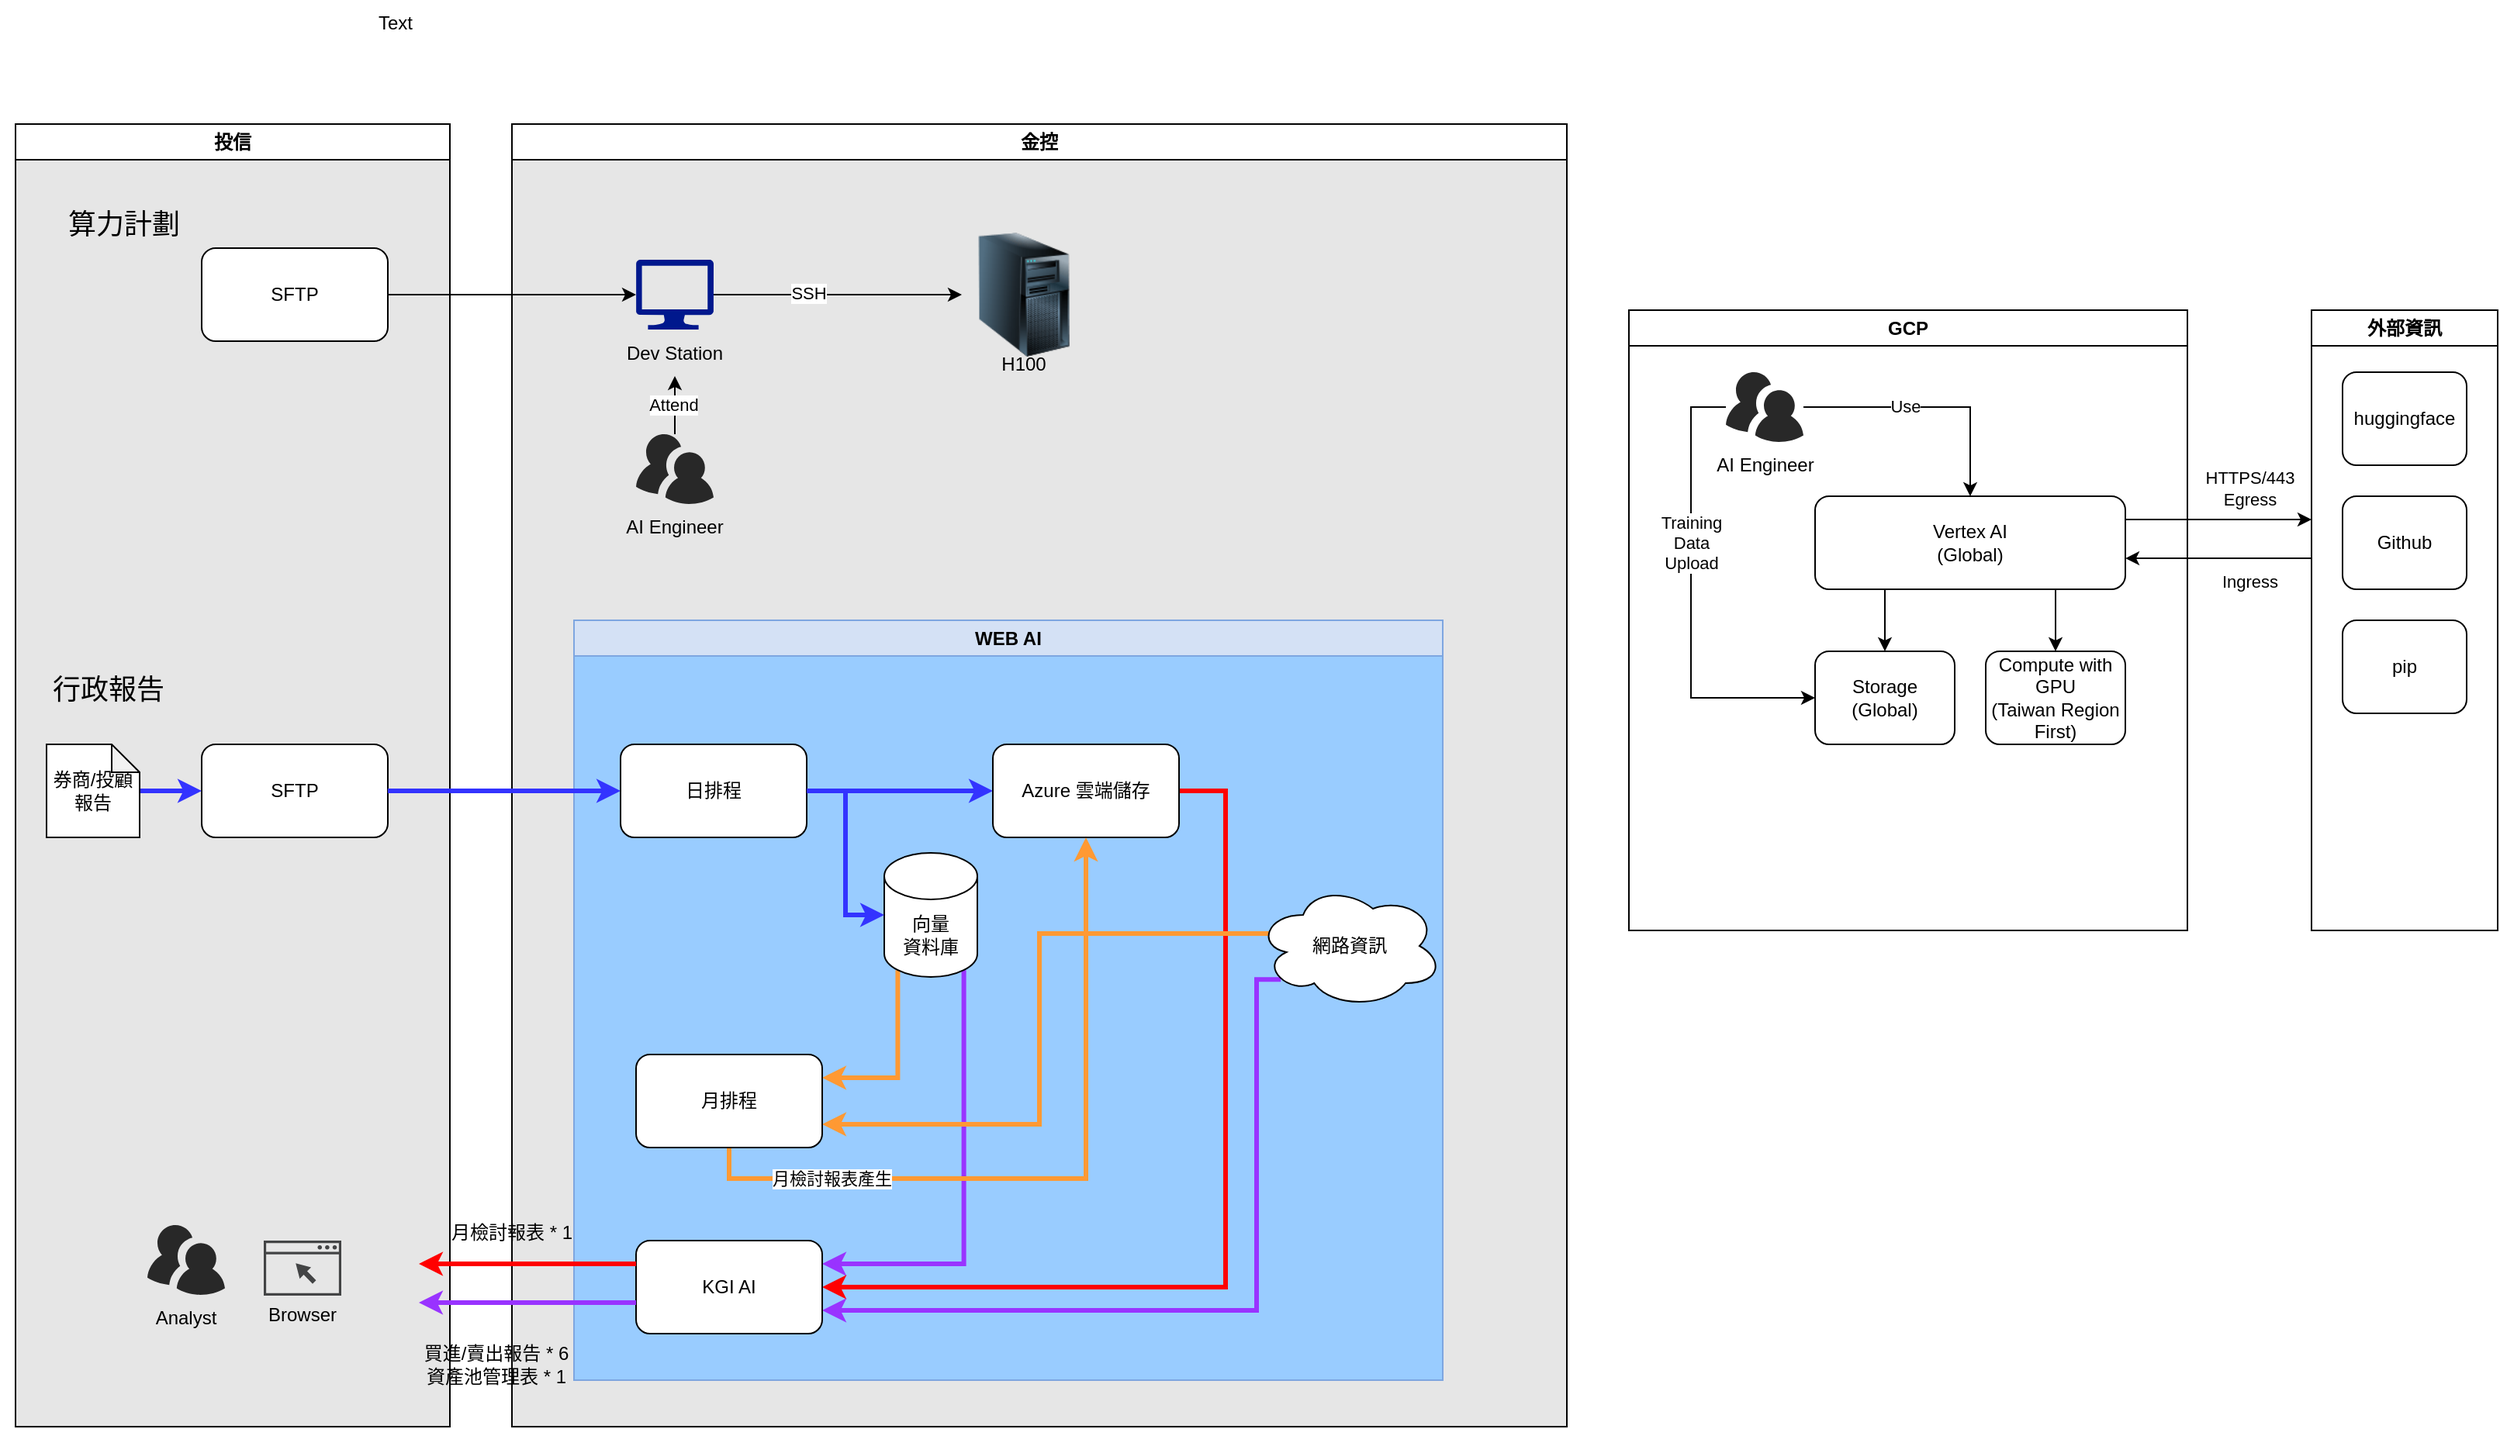
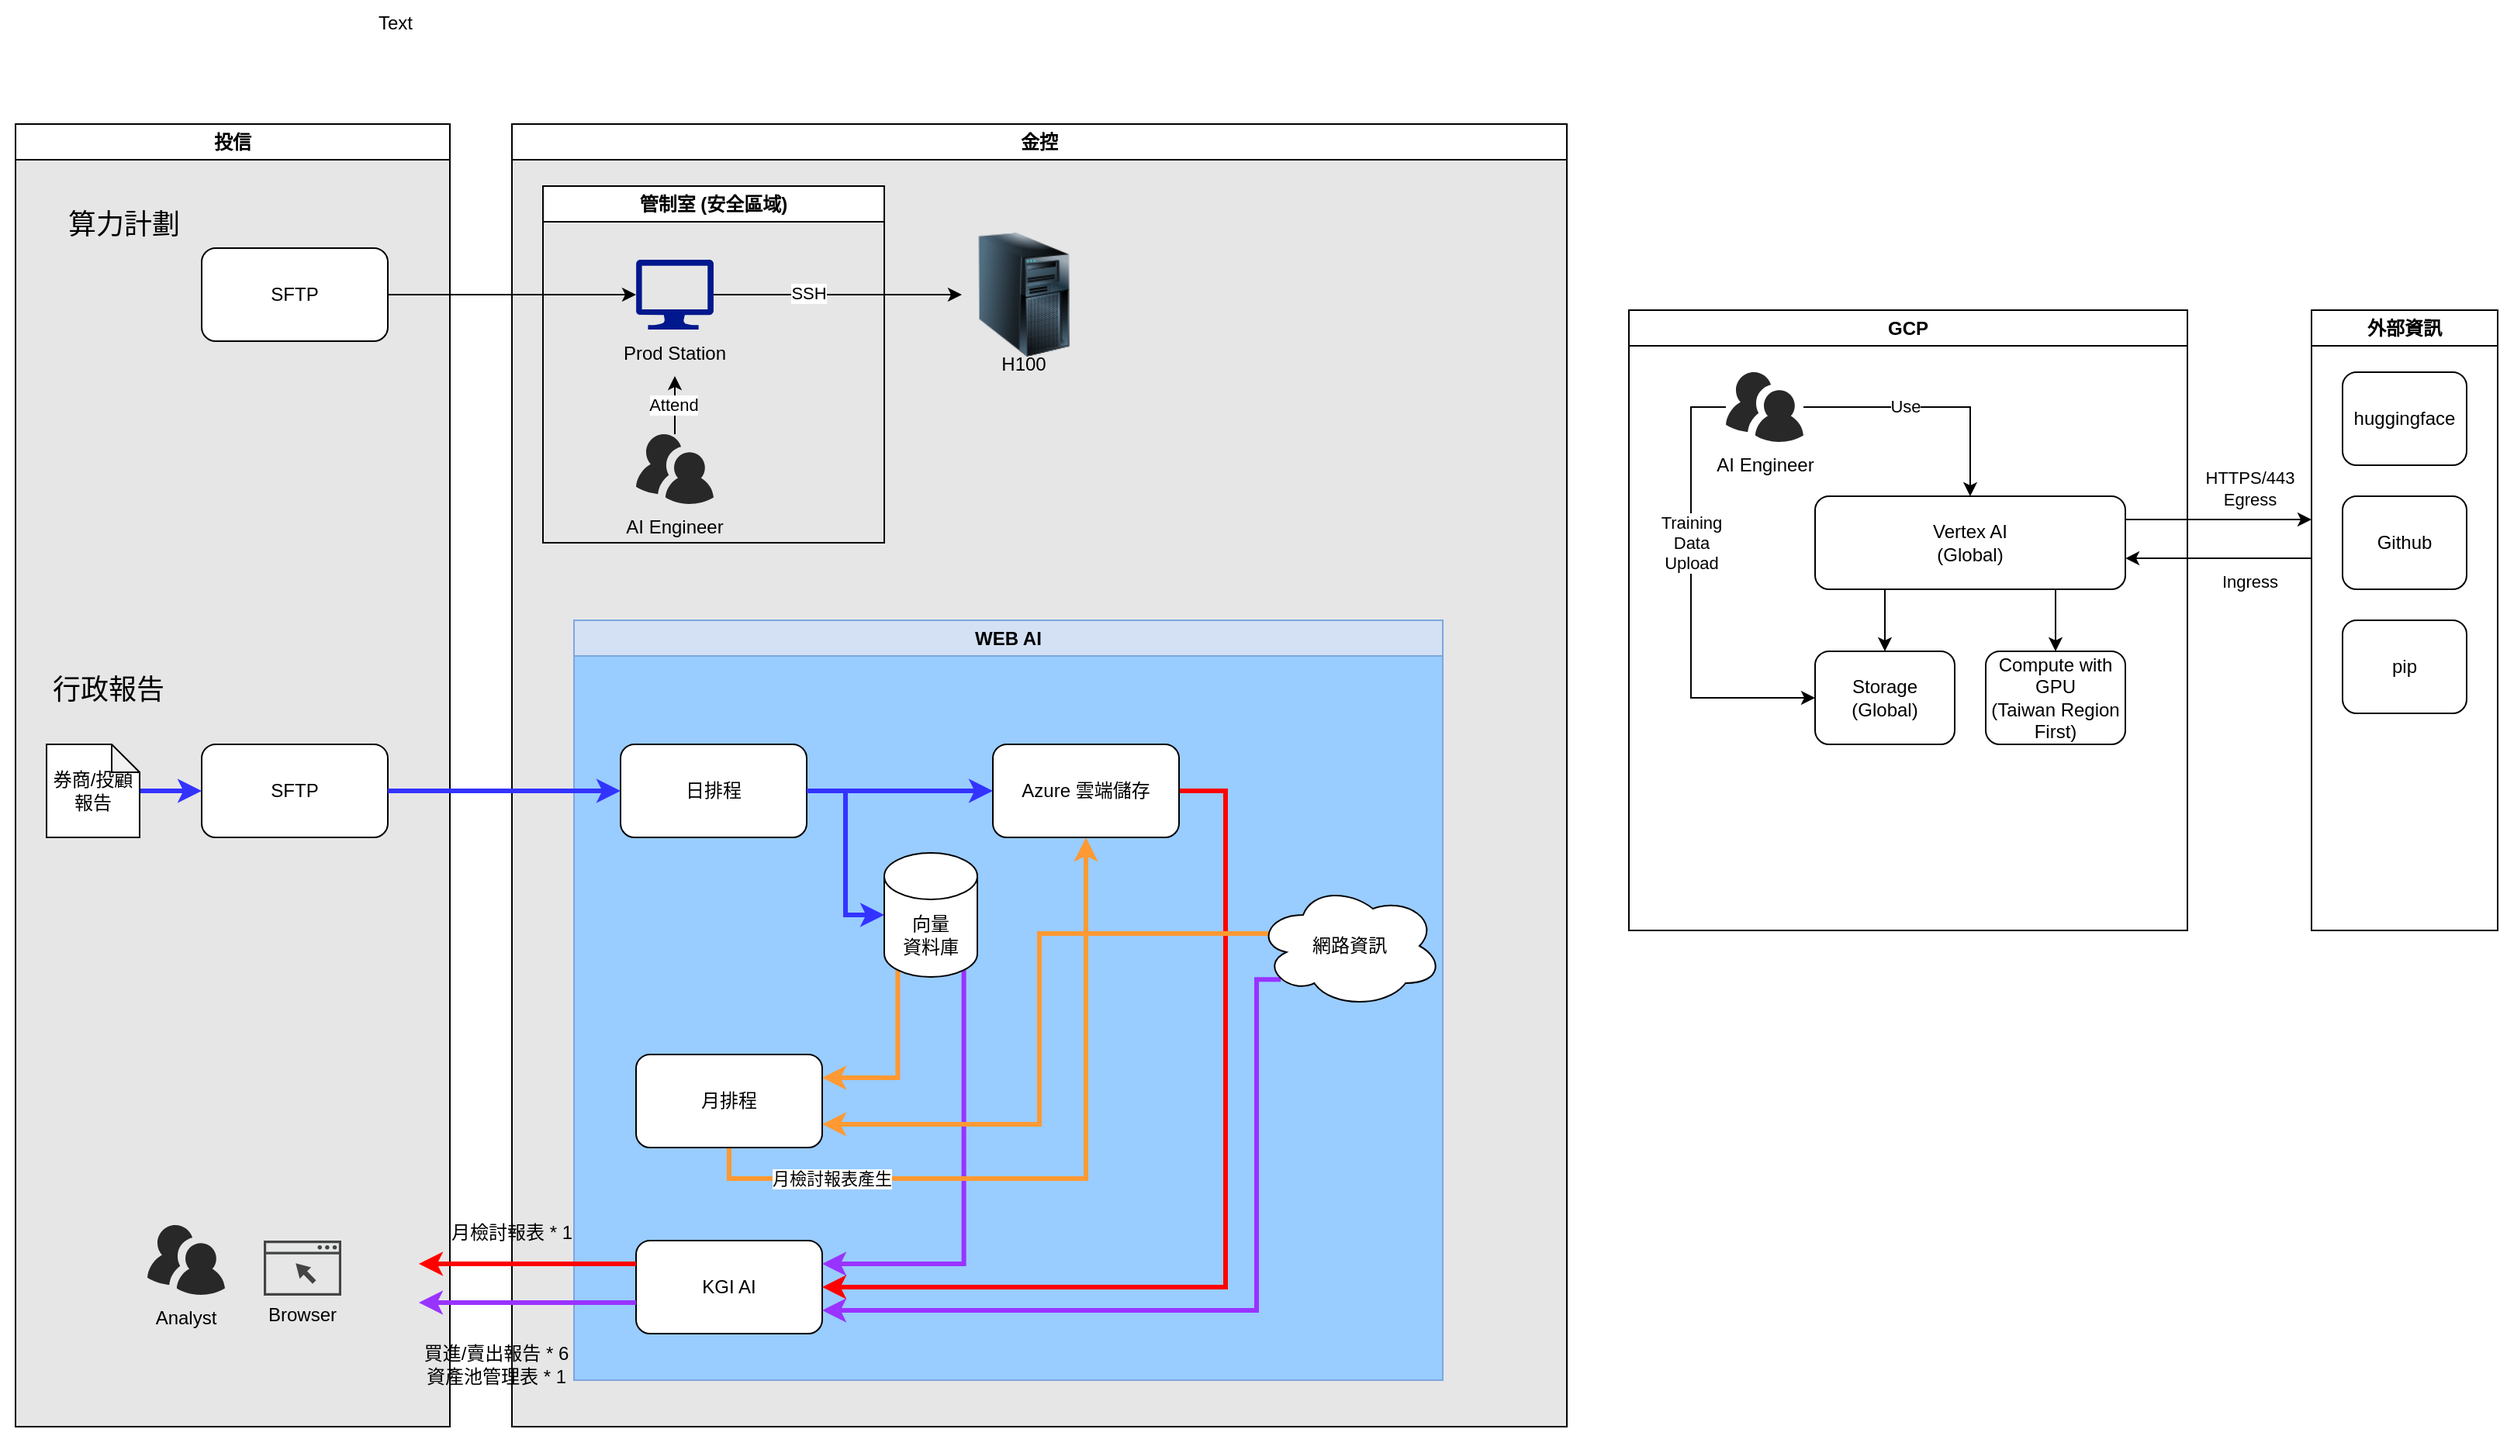
<mxfile host="app.diagrams.net" agent="Mozilla/5.0 (Windows NT 10.0; Win64; x64) AppleWebKit/537.36 (KHTML, like Gecko) Chrome/146.0.0.0 Safari/537.36">
  <diagram name="Page-1" id="9DGUQZyVQF0DHj5FkWRD">
-     <mxGraphModel dx="1737" dy="1095" grid="1" gridSize="10" guides="1" tooltips="1" connect="1" arrows="1" fold="1" page="1" pageScale="1" pageWidth="850" pageHeight="1100" math="0" shadow="0">
+     <mxGraphModel dx="1281" dy="657" grid="1" gridSize="10" guides="1" tooltips="1" connect="1" arrows="1" fold="1" page="1" pageScale="1" pageWidth="850" pageHeight="1100" math="0" shadow="0">
      <root>
        <mxCell id="0" />
        <mxCell id="1" parent="0" />
        <mxCell id="si7GJpF5iETkjapc_ZAv-2" parent="1" style="swimlane;whiteSpace=wrap;html=1;swimlaneFillColor=#E6E6E6;" value="投信" vertex="1">
          <mxGeometry height="840" width="280" x="80" y="120" as="geometry" />
        </mxCell>
        <mxCell id="si7GJpF5iETkjapc_ZAv-3" parent="si7GJpF5iETkjapc_ZAv-2" style="rounded=1;whiteSpace=wrap;html=1;" value="SFTP" vertex="1">
          <mxGeometry height="60" width="120" x="120" y="80" as="geometry" />
        </mxCell>
        <mxCell id="si7GJpF5iETkjapc_ZAv-15" parent="si7GJpF5iETkjapc_ZAv-2" style="rounded=1;whiteSpace=wrap;html=1;" value="SFTP" vertex="1">
          <mxGeometry height="60" width="120" x="120" y="400" as="geometry" />
        </mxCell>
        <mxCell id="si7GJpF5iETkjapc_ZAv-61" connectable="0" parent="si7GJpF5iETkjapc_ZAv-2" style="group" value="" vertex="1">
          <mxGeometry height="75" width="60" x="80" y="710" as="geometry" />
        </mxCell>
        <mxCell id="si7GJpF5iETkjapc_ZAv-59" parent="si7GJpF5iETkjapc_ZAv-61" style="verticalLabelPosition=bottom;sketch=0;html=1;fillColor=#282828;strokeColor=none;verticalAlign=top;pointerEvents=1;align=center;shape=mxgraph.cisco_safe.people_places_things_icons.icon9;" value="" vertex="1">
          <mxGeometry height="45" width="50" x="5" as="geometry" />
        </mxCell>
        <mxCell id="si7GJpF5iETkjapc_ZAv-37" parent="si7GJpF5iETkjapc_ZAv-61" style="text;html=1;whiteSpace=wrap;strokeColor=none;fillColor=none;align=center;verticalAlign=middle;rounded=0;autosize=1;resizable=0;" value="Analyst" vertex="1">
          <mxGeometry height="30" width="60" y="45" as="geometry" />
        </mxCell>
        <mxCell id="si7GJpF5iETkjapc_ZAv-80" connectable="0" parent="si7GJpF5iETkjapc_ZAv-2" style="group" value="" vertex="1">
          <mxGeometry height="62.75" width="70" x="150" y="720" as="geometry" />
        </mxCell>
        <mxCell id="si7GJpF5iETkjapc_ZAv-77" parent="si7GJpF5iETkjapc_ZAv-80" style="sketch=0;pointerEvents=1;shadow=0;dashed=0;html=1;strokeColor=none;fillColor=#434445;aspect=fixed;labelPosition=center;verticalLabelPosition=bottom;verticalAlign=top;align=center;outlineConnect=0;shape=mxgraph.vvd.web_browser;" value="" vertex="1">
          <mxGeometry height="35.5" width="50" x="10" as="geometry" />
        </mxCell>
        <mxCell id="si7GJpF5iETkjapc_ZAv-79" parent="si7GJpF5iETkjapc_ZAv-80" style="text;html=1;whiteSpace=wrap;strokeColor=none;fillColor=none;align=center;verticalAlign=middle;rounded=0;autosize=1;resizable=0;" value="Browser" vertex="1">
          <mxGeometry height="30" width="70" y="32.75" as="geometry" />
        </mxCell>
        <mxCell id="si7GJpF5iETkjapc_ZAv-83" edge="1" parent="si7GJpF5iETkjapc_ZAv-2" source="si7GJpF5iETkjapc_ZAv-82" style="edgeStyle=orthogonalEdgeStyle;rounded=0;orthogonalLoop=1;jettySize=auto;html=1;strokeColor=#3333FF;strokeWidth=3;" target="si7GJpF5iETkjapc_ZAv-15">
          <mxGeometry relative="1" as="geometry" />
        </mxCell>
        <mxCell id="si7GJpF5iETkjapc_ZAv-82" parent="si7GJpF5iETkjapc_ZAv-2" style="shape=note;whiteSpace=wrap;html=1;backgroundOutline=1;darkOpacity=0.05;size=18;" value="券商/投顧報告" vertex="1">
          <mxGeometry height="60" width="60" x="20" y="400" as="geometry" />
        </mxCell>
        <mxCell id="si7GJpF5iETkjapc_ZAv-126" parent="si7GJpF5iETkjapc_ZAv-2" style="text;html=1;whiteSpace=wrap;strokeColor=none;fillColor=none;align=center;verticalAlign=middle;rounded=0;" value="&lt;font style=&quot;font-size: 18px;&quot;&gt;算力計劃&lt;/font&gt;" vertex="1">
          <mxGeometry height="30" width="140" y="50" as="geometry" />
        </mxCell>
        <mxCell id="si7GJpF5iETkjapc_ZAv-127" parent="si7GJpF5iETkjapc_ZAv-2" style="text;html=1;whiteSpace=wrap;strokeColor=none;fillColor=none;align=center;verticalAlign=middle;rounded=0;" value="&lt;font style=&quot;font-size: 18px;&quot;&gt;行政報告&lt;/font&gt;" vertex="1">
          <mxGeometry height="30" width="140" x="-10" y="350" as="geometry" />
        </mxCell>
        <mxCell id="si7GJpF5iETkjapc_ZAv-4" parent="1" style="swimlane;whiteSpace=wrap;html=1;swimlaneFillColor=#E6E6E6;" value="金控" vertex="1">
          <mxGeometry height="840" width="680" x="400" y="120" as="geometry" />
        </mxCell>
        <mxCell id="si7GJpF5iETkjapc_ZAv-12" edge="1" parent="si7GJpF5iETkjapc_ZAv-4" source="si7GJpF5iETkjapc_ZAv-6" style="edgeStyle=orthogonalEdgeStyle;rounded=0;orthogonalLoop=1;jettySize=auto;html=1;" target="si7GJpF5iETkjapc_ZAv-7">
          <mxGeometry relative="1" as="geometry" />
        </mxCell>
        <mxCell id="si7GJpF5iETkjapc_ZAv-13" connectable="0" parent="si7GJpF5iETkjapc_ZAv-12" style="edgeLabel;html=1;align=center;verticalAlign=middle;resizable=0;points=[];" value="SSH" vertex="1">
          <mxGeometry relative="1" x="-0.2415" y="1" as="geometry">
            <mxPoint as="offset" />
          </mxGeometry>
        </mxCell>
        <mxCell id="si7GJpF5iETkjapc_ZAv-7" parent="si7GJpF5iETkjapc_ZAv-4" style="image;html=1;image=img/lib/clip_art/computers/Server_Tower_128x128.png" value="" vertex="1">
          <mxGeometry height="80" width="80" x="290" y="70" as="geometry" />
        </mxCell>
        <mxCell id="si7GJpF5iETkjapc_ZAv-9" parent="si7GJpF5iETkjapc_ZAv-4" style="text;html=1;whiteSpace=wrap;strokeColor=none;fillColor=none;align=center;verticalAlign=middle;rounded=0;autosize=1;resizable=0;" value="H100" vertex="1">
          <mxGeometry height="30" width="50" x="305" y="140" as="geometry" />
        </mxCell>
        <mxCell id="si7GJpF5iETkjapc_ZAv-14" connectable="0" parent="si7GJpF5iETkjapc_ZAv-4" style="group" value="" vertex="1">
          <mxGeometry height="75" width="90" x="60" y="87.5" as="geometry" />
        </mxCell>
        <mxCell id="si7GJpF5iETkjapc_ZAv-6" parent="si7GJpF5iETkjapc_ZAv-14" style="sketch=0;aspect=fixed;pointerEvents=1;shadow=0;dashed=0;html=1;strokeColor=none;labelPosition=center;verticalLabelPosition=bottom;verticalAlign=top;align=center;fillColor=#00188D;shape=mxgraph.azure.computer" value="" vertex="1">
          <mxGeometry height="45" width="50" x="20" as="geometry" />
        </mxCell>
-         <mxCell id="si7GJpF5iETkjapc_ZAv-10" parent="si7GJpF5iETkjapc_ZAv-14" style="text;html=1;whiteSpace=wrap;strokeColor=none;fillColor=none;align=center;verticalAlign=middle;rounded=0;autosize=1;resizable=0;" value="Dev Station" vertex="1">
+         <mxCell id="si7GJpF5iETkjapc_ZAv-10" parent="si7GJpF5iETkjapc_ZAv-14" style="text;html=1;whiteSpace=wrap;strokeColor=none;fillColor=none;align=center;verticalAlign=middle;rounded=0;autosize=1;resizable=0;" value="Prod Station" vertex="1">
          <mxGeometry height="30" width="90" y="45" as="geometry" />
        </mxCell>
        <mxCell id="si7GJpF5iETkjapc_ZAv-17" parent="si7GJpF5iETkjapc_ZAv-4" style="swimlane;whiteSpace=wrap;html=1;fillColor=#D4E1F5;strokeColor=#7EA6E0;gradientColor=none;swimlaneFillColor=#99CCFF;" value="WEB AI" vertex="1">
          <mxGeometry height="490" width="560" x="40" y="320" as="geometry" />
        </mxCell>
        <mxCell id="si7GJpF5iETkjapc_ZAv-29" edge="1" parent="si7GJpF5iETkjapc_ZAv-17" source="si7GJpF5iETkjapc_ZAv-18" style="edgeStyle=orthogonalEdgeStyle;rounded=0;orthogonalLoop=1;jettySize=auto;html=1;strokeWidth=3;strokeColor=#3333FF;" target="si7GJpF5iETkjapc_ZAv-28">
          <mxGeometry relative="1" as="geometry" />
        </mxCell>
        <mxCell id="si7GJpF5iETkjapc_ZAv-18" parent="si7GJpF5iETkjapc_ZAv-17" style="rounded=1;whiteSpace=wrap;html=1;" value="日排程" vertex="1">
          <mxGeometry height="60" width="120" x="30" y="80" as="geometry" />
        </mxCell>
        <mxCell id="si7GJpF5iETkjapc_ZAv-47" edge="1" parent="si7GJpF5iETkjapc_ZAv-17" source="si7GJpF5iETkjapc_ZAv-20" style="edgeStyle=orthogonalEdgeStyle;rounded=0;orthogonalLoop=1;jettySize=auto;html=1;entryX=1;entryY=0.25;entryDx=0;entryDy=0;exitX=0.145;exitY=1;exitDx=0;exitDy=-4.35;exitPerimeter=0;strokeWidth=3;strokeColor=#FF9933;" target="si7GJpF5iETkjapc_ZAv-45">
          <mxGeometry relative="1" as="geometry">
            <Array as="points">
              <mxPoint x="209" y="295" />
            </Array>
          </mxGeometry>
        </mxCell>
        <mxCell id="si7GJpF5iETkjapc_ZAv-53" edge="1" parent="si7GJpF5iETkjapc_ZAv-17" source="si7GJpF5iETkjapc_ZAv-20" style="edgeStyle=orthogonalEdgeStyle;rounded=0;orthogonalLoop=1;jettySize=auto;html=1;entryX=1;entryY=0.25;entryDx=0;entryDy=0;exitX=0.855;exitY=1;exitDx=0;exitDy=-4.35;exitPerimeter=0;strokeWidth=3;strokeColor=#9933FF;" target="si7GJpF5iETkjapc_ZAv-39">
          <mxGeometry relative="1" as="geometry">
            <Array as="points">
              <mxPoint x="251" y="415" />
            </Array>
          </mxGeometry>
        </mxCell>
        <mxCell id="si7GJpF5iETkjapc_ZAv-20" parent="si7GJpF5iETkjapc_ZAv-17" style="shape=cylinder3;whiteSpace=wrap;html=1;boundedLbl=1;backgroundOutline=1;size=15;" value="向量&lt;div&gt;資料庫&lt;/div&gt;" vertex="1">
          <mxGeometry height="80" width="60" x="200" y="150" as="geometry" />
        </mxCell>
        <mxCell id="si7GJpF5iETkjapc_ZAv-84" edge="1" parent="si7GJpF5iETkjapc_ZAv-17" source="si7GJpF5iETkjapc_ZAv-28" style="edgeStyle=orthogonalEdgeStyle;rounded=0;orthogonalLoop=1;jettySize=auto;html=1;entryX=1;entryY=0.5;entryDx=0;entryDy=0;exitX=1;exitY=0.5;exitDx=0;exitDy=0;strokeWidth=3;strokeColor=#FF0000;" target="si7GJpF5iETkjapc_ZAv-39">
          <mxGeometry relative="1" as="geometry">
            <Array as="points">
              <mxPoint x="420" y="110" />
              <mxPoint x="420" y="430" />
            </Array>
            <mxPoint x="420" y="450" as="targetPoint" />
          </mxGeometry>
        </mxCell>
        <mxCell id="si7GJpF5iETkjapc_ZAv-28" parent="si7GJpF5iETkjapc_ZAv-17" style="rounded=1;whiteSpace=wrap;html=1;" value="Azure 雲端儲存" vertex="1">
          <mxGeometry height="60" width="120" x="270" y="80" as="geometry" />
        </mxCell>
        <mxCell id="si7GJpF5iETkjapc_ZAv-48" edge="1" parent="si7GJpF5iETkjapc_ZAv-17" source="si7GJpF5iETkjapc_ZAv-38" style="edgeStyle=orthogonalEdgeStyle;rounded=0;orthogonalLoop=1;jettySize=auto;html=1;entryX=1;entryY=0.75;entryDx=0;entryDy=0;strokeWidth=3;strokeColor=#FF9933;exitX=0.07;exitY=0.4;exitDx=0;exitDy=0;exitPerimeter=0;" target="si7GJpF5iETkjapc_ZAv-45">
          <mxGeometry relative="1" as="geometry" />
        </mxCell>
        <mxCell id="si7GJpF5iETkjapc_ZAv-54" edge="1" parent="si7GJpF5iETkjapc_ZAv-17" source="si7GJpF5iETkjapc_ZAv-38" style="edgeStyle=orthogonalEdgeStyle;rounded=0;orthogonalLoop=1;jettySize=auto;html=1;entryX=1;entryY=0.75;entryDx=0;entryDy=0;exitX=0.13;exitY=0.77;exitDx=0;exitDy=0;exitPerimeter=0;strokeWidth=3;strokeColor=#9933FF;" target="si7GJpF5iETkjapc_ZAv-39">
          <mxGeometry relative="1" as="geometry">
            <Array as="points">
              <mxPoint x="440" y="232" />
              <mxPoint x="440" y="445" />
            </Array>
          </mxGeometry>
        </mxCell>
        <mxCell id="si7GJpF5iETkjapc_ZAv-38" parent="si7GJpF5iETkjapc_ZAv-17" style="ellipse;shape=cloud;whiteSpace=wrap;html=1;" value="網路資訊" vertex="1">
          <mxGeometry height="80" width="120" x="440" y="170" as="geometry" />
        </mxCell>
        <mxCell id="si7GJpF5iETkjapc_ZAv-39" parent="si7GJpF5iETkjapc_ZAv-17" style="rounded=1;whiteSpace=wrap;html=1;" value="KGI AI" vertex="1">
          <mxGeometry height="60" width="120" x="40" y="400" as="geometry" />
        </mxCell>
        <mxCell id="si7GJpF5iETkjapc_ZAv-49" edge="1" parent="si7GJpF5iETkjapc_ZAv-17" source="si7GJpF5iETkjapc_ZAv-45" style="edgeStyle=orthogonalEdgeStyle;rounded=0;orthogonalLoop=1;jettySize=auto;html=1;entryX=0.5;entryY=1;entryDx=0;entryDy=0;exitX=0.5;exitY=1;exitDx=0;exitDy=0;strokeWidth=3;strokeColor=#FF9933;" target="si7GJpF5iETkjapc_ZAv-28">
          <mxGeometry relative="1" as="geometry" />
        </mxCell>
        <mxCell id="si7GJpF5iETkjapc_ZAv-56" connectable="0" parent="si7GJpF5iETkjapc_ZAv-49" style="edgeLabel;html=1;align=center;verticalAlign=middle;resizable=0;points=[];" value="月檢討報表產生" vertex="1">
          <mxGeometry relative="1" x="-0.6366" as="geometry">
            <mxPoint as="offset" />
          </mxGeometry>
        </mxCell>
        <mxCell id="si7GJpF5iETkjapc_ZAv-45" parent="si7GJpF5iETkjapc_ZAv-17" style="rounded=1;whiteSpace=wrap;html=1;" value="月排程" vertex="1">
          <mxGeometry height="60" width="120" x="40" y="280" as="geometry" />
        </mxCell>
        <mxCell id="si7GJpF5iETkjapc_ZAv-52" edge="1" parent="si7GJpF5iETkjapc_ZAv-17" source="si7GJpF5iETkjapc_ZAv-18" style="edgeStyle=orthogonalEdgeStyle;rounded=0;orthogonalLoop=1;jettySize=auto;html=1;entryX=0;entryY=0.5;entryDx=0;entryDy=0;entryPerimeter=0;strokeWidth=3;strokeColor=#3333FF;" target="si7GJpF5iETkjapc_ZAv-20">
          <mxGeometry relative="1" as="geometry" />
        </mxCell>
        <mxCell id="si7GJpF5iETkjapc_ZAv-72" connectable="0" parent="si7GJpF5iETkjapc_ZAv-4" style="group" value="" vertex="1">
          <mxGeometry height="75" width="75" x="75" y="200" as="geometry" />
        </mxCell>
        <mxCell id="si7GJpF5iETkjapc_ZAv-73" parent="si7GJpF5iETkjapc_ZAv-72" style="verticalLabelPosition=bottom;sketch=0;html=1;fillColor=#282828;strokeColor=none;verticalAlign=top;pointerEvents=1;align=center;shape=mxgraph.cisco_safe.people_places_things_icons.icon9;" value="" vertex="1">
          <mxGeometry height="45" width="50" x="5" as="geometry" />
        </mxCell>
        <mxCell id="si7GJpF5iETkjapc_ZAv-74" parent="si7GJpF5iETkjapc_ZAv-72" style="text;html=1;whiteSpace=wrap;strokeColor=none;fillColor=none;align=center;verticalAlign=middle;rounded=0;autosize=1;resizable=0;" value="AI Engineer" vertex="1">
          <mxGeometry height="30" width="90" x="-15" y="45" as="geometry" />
        </mxCell>
        <mxCell id="si7GJpF5iETkjapc_ZAv-75" edge="1" parent="si7GJpF5iETkjapc_ZAv-4" source="si7GJpF5iETkjapc_ZAv-73" style="edgeStyle=orthogonalEdgeStyle;rounded=0;orthogonalLoop=1;jettySize=auto;html=1;entryX=0.5;entryY=1;entryDx=0;entryDy=0;" target="si7GJpF5iETkjapc_ZAv-10">
          <mxGeometry relative="1" as="geometry" />
        </mxCell>
        <mxCell id="si7GJpF5iETkjapc_ZAv-76" connectable="0" parent="si7GJpF5iETkjapc_ZAv-75" style="edgeLabel;html=1;align=center;verticalAlign=middle;resizable=0;points=[];" value="Attend" vertex="1">
          <mxGeometry relative="1" x="0.12" y="1" as="geometry">
            <mxPoint as="offset" />
          </mxGeometry>
        </mxCell>
        <mxCell id="si7GJpF5iETkjapc_ZAv-88" edge="1" parent="si7GJpF5iETkjapc_ZAv-4" style="edgeStyle=orthogonalEdgeStyle;rounded=0;orthogonalLoop=1;jettySize=auto;html=1;strokeWidth=3;strokeColor=#9933FF;">
          <mxGeometry relative="1" as="geometry">
            <mxPoint x="80" y="760" as="sourcePoint" />
            <mxPoint x="-60" y="760" as="targetPoint" />
          </mxGeometry>
        </mxCell>
        <mxCell id="si7GJpF5iETkjapc_ZAv-57" parent="si7GJpF5iETkjapc_ZAv-4" style="text;html=1;whiteSpace=wrap;strokeColor=none;fillColor=none;align=center;verticalAlign=middle;rounded=0;autosize=1;resizable=0;" value="月檢討報表 * 1" vertex="1">
          <mxGeometry height="30" width="100" x="-50" y="700" as="geometry" />
+         </mxCell>
+         <mxCell id="BaJUGjz2hTg13h2PchCr-1" parent="si7GJpF5iETkjapc_ZAv-4" style="swimlane;whiteSpace=wrap;html=1;" value="管制室 (安全區域)" vertex="1">
+           <mxGeometry height="230" width="220" x="20" y="40" as="geometry" />
        </mxCell>
        <mxCell id="si7GJpF5iETkjapc_ZAv-11" edge="1" parent="1" source="si7GJpF5iETkjapc_ZAv-3" style="edgeStyle=orthogonalEdgeStyle;rounded=0;orthogonalLoop=1;jettySize=auto;html=1;entryX=0;entryY=0.5;entryDx=0;entryDy=0;entryPerimeter=0;" target="si7GJpF5iETkjapc_ZAv-6">
          <mxGeometry relative="1" as="geometry" />
        </mxCell>
        <mxCell id="si7GJpF5iETkjapc_ZAv-8" parent="1" style="text;html=1;whiteSpace=wrap;strokeColor=none;fillColor=none;align=center;verticalAlign=middle;rounded=0;autosize=1;resizable=0;" value="Text" vertex="1">
          <mxGeometry height="30" width="50" x="300" y="40" as="geometry" />
        </mxCell>
        <mxCell id="si7GJpF5iETkjapc_ZAv-21" edge="1" parent="1" source="si7GJpF5iETkjapc_ZAv-15" style="edgeStyle=orthogonalEdgeStyle;rounded=0;orthogonalLoop=1;jettySize=auto;html=1;entryX=0;entryY=0.5;entryDx=0;entryDy=0;strokeWidth=3;strokeColor=#3333FF;" target="si7GJpF5iETkjapc_ZAv-18">
          <mxGeometry relative="1" as="geometry" />
        </mxCell>
        <mxCell id="si7GJpF5iETkjapc_ZAv-87" edge="1" parent="1" source="si7GJpF5iETkjapc_ZAv-39" style="edgeStyle=orthogonalEdgeStyle;rounded=0;orthogonalLoop=1;jettySize=auto;html=1;strokeWidth=3;strokeColor=#FF0000;exitX=0;exitY=0.25;exitDx=0;exitDy=0;">
          <mxGeometry relative="1" as="geometry">
            <Array as="points" />
            <mxPoint x="450" y="840" as="sourcePoint" />
            <mxPoint x="340" y="855" as="targetPoint" />
          </mxGeometry>
        </mxCell>
        <mxCell id="si7GJpF5iETkjapc_ZAv-91" parent="1" style="swimlane;whiteSpace=wrap;html=1;" value="GCP" vertex="1">
          <mxGeometry height="400" width="360" x="1120" y="240" as="geometry" />
        </mxCell>
        <mxCell id="si7GJpF5iETkjapc_ZAv-104" edge="1" parent="si7GJpF5iETkjapc_ZAv-91" source="si7GJpF5iETkjapc_ZAv-92" style="edgeStyle=orthogonalEdgeStyle;rounded=0;orthogonalLoop=1;jettySize=auto;html=1;entryX=0.5;entryY=0;entryDx=0;entryDy=0;" target="si7GJpF5iETkjapc_ZAv-93">
          <mxGeometry relative="1" as="geometry">
            <Array as="points">
              <mxPoint x="275" y="220" />
              <mxPoint x="275" y="220" />
            </Array>
          </mxGeometry>
        </mxCell>
        <mxCell id="si7GJpF5iETkjapc_ZAv-123" edge="1" parent="si7GJpF5iETkjapc_ZAv-91" source="si7GJpF5iETkjapc_ZAv-92" style="edgeStyle=orthogonalEdgeStyle;rounded=0;orthogonalLoop=1;jettySize=auto;html=1;entryX=0.5;entryY=0;entryDx=0;entryDy=0;" target="si7GJpF5iETkjapc_ZAv-94">
          <mxGeometry relative="1" as="geometry">
            <Array as="points">
              <mxPoint x="165" y="200" />
              <mxPoint x="165" y="200" />
            </Array>
          </mxGeometry>
        </mxCell>
        <mxCell id="si7GJpF5iETkjapc_ZAv-92" parent="si7GJpF5iETkjapc_ZAv-91" style="rounded=1;whiteSpace=wrap;html=1;" value="Vertex AI&lt;br&gt;(Global)" vertex="1">
          <mxGeometry height="60" width="200" x="120" y="120" as="geometry" />
        </mxCell>
        <mxCell id="si7GJpF5iETkjapc_ZAv-94" parent="si7GJpF5iETkjapc_ZAv-91" style="rounded=1;whiteSpace=wrap;html=1;" value="Storage&lt;br&gt;(Global)" vertex="1">
          <mxGeometry height="60" width="90" x="120" y="220" as="geometry" />
        </mxCell>
        <mxCell id="si7GJpF5iETkjapc_ZAv-93" parent="si7GJpF5iETkjapc_ZAv-91" style="rounded=1;whiteSpace=wrap;html=1;" value="Compute with GPU&lt;br&gt;(Taiwan Region First)" vertex="1">
          <mxGeometry height="60" width="90" x="230" y="220" as="geometry" />
        </mxCell>
        <mxCell id="si7GJpF5iETkjapc_ZAv-117" connectable="0" parent="si7GJpF5iETkjapc_ZAv-91" style="group" value="" vertex="1">
          <mxGeometry height="75" width="75" x="57.5" y="40" as="geometry" />
        </mxCell>
        <mxCell id="si7GJpF5iETkjapc_ZAv-118" parent="si7GJpF5iETkjapc_ZAv-117" style="verticalLabelPosition=bottom;sketch=0;html=1;fillColor=#282828;strokeColor=none;verticalAlign=top;pointerEvents=1;align=center;shape=mxgraph.cisco_safe.people_places_things_icons.icon9;" value="" vertex="1">
          <mxGeometry height="45" width="50" x="5" as="geometry" />
        </mxCell>
        <mxCell id="si7GJpF5iETkjapc_ZAv-119" parent="si7GJpF5iETkjapc_ZAv-117" style="text;html=1;whiteSpace=wrap;strokeColor=none;fillColor=none;align=center;verticalAlign=middle;rounded=0;autosize=1;resizable=0;" value="AI Engineer" vertex="1">
          <mxGeometry height="30" width="90" x="-15" y="45" as="geometry" />
        </mxCell>
        <mxCell id="si7GJpF5iETkjapc_ZAv-120" edge="1" parent="si7GJpF5iETkjapc_ZAv-91" source="si7GJpF5iETkjapc_ZAv-118" style="edgeStyle=orthogonalEdgeStyle;rounded=0;orthogonalLoop=1;jettySize=auto;html=1;entryX=0;entryY=0.5;entryDx=0;entryDy=0;" target="si7GJpF5iETkjapc_ZAv-94">
          <mxGeometry relative="1" as="geometry">
            <Array as="points">
              <mxPoint x="40" y="63" />
              <mxPoint x="40" y="250" />
            </Array>
          </mxGeometry>
        </mxCell>
        <mxCell id="si7GJpF5iETkjapc_ZAv-121" connectable="0" parent="si7GJpF5iETkjapc_ZAv-120" style="edgeLabel;html=1;align=center;verticalAlign=middle;resizable=0;points=[];" value="Training&lt;br&gt;Data&lt;br&gt;Upload" vertex="1">
          <mxGeometry relative="1" x="-0.2184" as="geometry">
            <mxPoint y="-4" as="offset" />
          </mxGeometry>
        </mxCell>
        <mxCell id="si7GJpF5iETkjapc_ZAv-124" edge="1" parent="si7GJpF5iETkjapc_ZAv-91" source="si7GJpF5iETkjapc_ZAv-118" style="edgeStyle=orthogonalEdgeStyle;rounded=0;orthogonalLoop=1;jettySize=auto;html=1;" target="si7GJpF5iETkjapc_ZAv-92">
          <mxGeometry relative="1" as="geometry" />
        </mxCell>
        <mxCell id="si7GJpF5iETkjapc_ZAv-125" connectable="0" parent="si7GJpF5iETkjapc_ZAv-124" style="edgeLabel;html=1;align=center;verticalAlign=middle;resizable=0;points=[];" value="Use" vertex="1">
          <mxGeometry relative="1" x="-0.2066" y="1" as="geometry">
            <mxPoint as="offset" />
          </mxGeometry>
        </mxCell>
        <mxCell id="si7GJpF5iETkjapc_ZAv-109" edge="1" parent="1" source="si7GJpF5iETkjapc_ZAv-98" style="edgeStyle=orthogonalEdgeStyle;rounded=0;orthogonalLoop=1;jettySize=auto;html=1;entryX=1;entryY=0.667;entryDx=0;entryDy=0;entryPerimeter=0;" target="si7GJpF5iETkjapc_ZAv-92">
          <mxGeometry relative="1" as="geometry">
            <Array as="points">
              <mxPoint x="1520" y="400" />
              <mxPoint x="1520" y="400" />
            </Array>
            <mxPoint x="1430" y="400" as="targetPoint" />
          </mxGeometry>
        </mxCell>
        <mxCell id="si7GJpF5iETkjapc_ZAv-110" connectable="0" parent="si7GJpF5iETkjapc_ZAv-109" style="edgeLabel;html=1;align=center;verticalAlign=middle;resizable=0;points=[];" value="Ingress" vertex="1">
          <mxGeometry relative="1" x="-0.1867" y="-4" as="geometry">
            <mxPoint x="9" y="19" as="offset" />
          </mxGeometry>
        </mxCell>
        <mxCell id="si7GJpF5iETkjapc_ZAv-98" parent="1" style="swimlane;whiteSpace=wrap;html=1;" value="外部資訊" vertex="1">
          <mxGeometry height="400" width="120" x="1560" y="240" as="geometry" />
        </mxCell>
        <mxCell id="si7GJpF5iETkjapc_ZAv-97" parent="si7GJpF5iETkjapc_ZAv-98" style="rounded=1;whiteSpace=wrap;html=1;" value="huggingface" vertex="1">
          <mxGeometry height="60" width="80" x="20" y="40" as="geometry" />
        </mxCell>
        <mxCell id="si7GJpF5iETkjapc_ZAv-105" parent="si7GJpF5iETkjapc_ZAv-98" style="rounded=1;whiteSpace=wrap;html=1;" value="Github" vertex="1">
          <mxGeometry height="60" width="80" x="20" y="120" as="geometry" />
        </mxCell>
        <mxCell id="si7GJpF5iETkjapc_ZAv-106" parent="si7GJpF5iETkjapc_ZAv-98" style="rounded=1;whiteSpace=wrap;html=1;" value="pip" vertex="1">
          <mxGeometry height="60" width="80" x="20" y="200" as="geometry" />
        </mxCell>
        <mxCell id="si7GJpF5iETkjapc_ZAv-107" edge="1" parent="1" source="si7GJpF5iETkjapc_ZAv-92" style="edgeStyle=orthogonalEdgeStyle;rounded=0;orthogonalLoop=1;jettySize=auto;html=1;exitX=1;exitY=0.25;exitDx=0;exitDy=0;">
          <mxGeometry relative="1" as="geometry">
            <Array as="points">
              <mxPoint x="1550" y="375" />
            </Array>
            <mxPoint x="1560" y="375" as="targetPoint" />
          </mxGeometry>
        </mxCell>
        <mxCell id="si7GJpF5iETkjapc_ZAv-116" connectable="0" parent="si7GJpF5iETkjapc_ZAv-107" style="edgeLabel;html=1;align=center;verticalAlign=middle;resizable=0;points=[];" value="HTTPS/443&lt;br&gt;Egress" vertex="1">
          <mxGeometry relative="1" x="0.2682" y="1" as="geometry">
            <mxPoint x="4" y="-19" as="offset" />
          </mxGeometry>
        </mxCell>
        <mxCell id="si7GJpF5iETkjapc_ZAv-55" parent="1" style="text;html=1;whiteSpace=wrap;strokeColor=none;fillColor=none;align=center;verticalAlign=middle;rounded=0;autosize=1;resizable=0;" value="買進/賣出報告 * 6&lt;br&gt;資產池管理表 * 1" vertex="1">
          <mxGeometry height="40" width="120" x="330" y="900" as="geometry" />
        </mxCell>
      </root>
    </mxGraphModel>
  </diagram>
</mxfile>
